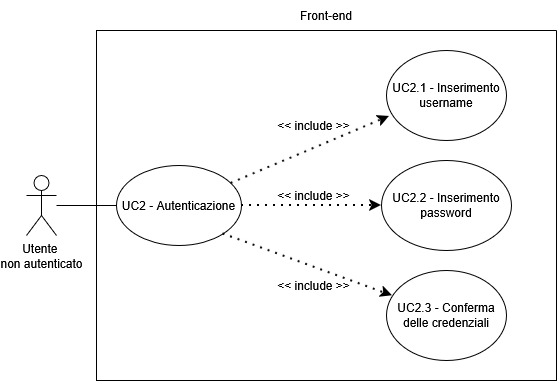
SkarabGroup/DocumentazioneProgetto keeps this draw.io diagram as assets/diagrams/UC2.png. Above is the earlier version. Source tidied: cells renumbered, new cells last; positions are measured from the earlier drawing's top-left corner, leaving out a move shared by most shapes.
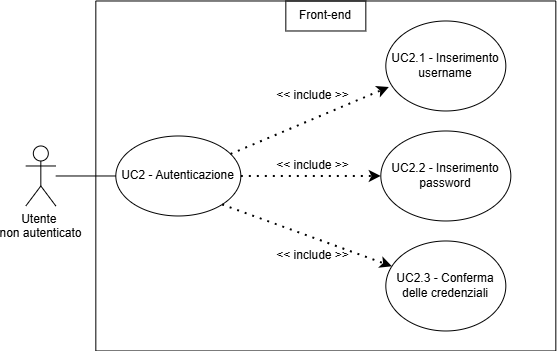
Above is the later version.

The edit, as a diff of the source:
```diff
@@ -5,44 +5,44 @@
     <mxCell id="2" value="&lt;div&gt;Utente&amp;nbsp;&lt;/div&gt;&lt;div&gt;non autenticato&lt;/div&gt;" style="shape=umlActor;verticalLabelPosition=bottom;verticalAlign=top;html=1;outlineConnect=0;" parent="1" vertex="1">
       <mxGeometry y="175" width="30" height="60" as="geometry" />
     </mxCell>
-    <mxCell id="3" style="swimlane;startSize=0;" parent="1" vertex="1">
-      <mxGeometry x="70" y="30" width="460" height="350" as="geometry" />
-    </mxCell>
+    <mxCell id="16" style="swimlane;startSize=0;" parent="1" vertex="1">
+      <mxGeometry x="70" y="30" width="460" height="350" as="geometry" />
+    </mxCell>
-    <mxCell id="4" value="&lt;div&gt;UC2 - Autenticazione&lt;/div&gt;" style="ellipse;whiteSpace=wrap;html=1;" parent="3" vertex="1">
+    <mxCell id="4" value="&lt;div&gt;UC2 - Autenticazione&lt;/div&gt;" style="ellipse;whiteSpace=wrap;html=1;" parent="16" vertex="1">
       <mxGeometry x="20" y="135" width="125" height="80" as="geometry" />
     </mxCell>
-    <mxCell id="5" value="UC2.1 - Inserimento username" style="ellipse;whiteSpace=wrap;html=1;" parent="3" vertex="1">
+    <mxCell id="5" value="UC2.1 - Inserimento username" style="ellipse;whiteSpace=wrap;html=1;" parent="16" vertex="1">
       <mxGeometry x="290" y="20" width="120" height="90" as="geometry" />
     </mxCell>
-    <mxCell id="6" style="endArrow=classic;dashed=1;html=1;dashPattern=1 3;strokeWidth=2;rounded=0;entryX=0.025;entryY=0.733;entryDx=0;entryDy=0;strokeColor=default;curved=0;endFill=1;endSize=6;entryPerimeter=0;" parent="3" edge="1" source="4" target="5">
+    <mxCell id="6" style="endArrow=classic;dashed=1;html=1;dashPattern=1 3;strokeWidth=2;rounded=0;entryX=0.025;entryY=0.733;entryDx=0;entryDy=0;strokeColor=default;curved=0;endFill=1;endSize=6;entryPerimeter=0;" parent="16" edge="1" source="4" target="5">
       <mxGeometry relative="1" as="geometry" />
     </mxCell>
-    <mxCell id="7" value="&amp;lt;&amp;lt; include &amp;gt;&amp;gt;" style="text;html=1;whiteSpace=wrap;strokeColor=none;fillColor=none;align=center;verticalAlign=middle;rounded=0;" parent="3" vertex="1">
+    <mxCell id="7" value="&amp;lt;&amp;lt; include &amp;gt;&amp;gt;" style="text;html=1;whiteSpace=wrap;strokeColor=none;fillColor=none;align=center;verticalAlign=middle;rounded=0;" parent="16" vertex="1">
       <mxGeometry x="170" y="150" width="95" height="30" as="geometry" />
     </mxCell>
-    <mxCell id="8" value="UC2.2 - Inserimento password" style="ellipse;whiteSpace=wrap;html=1;" parent="3" vertex="1">
+    <mxCell id="8" value="UC2.2 - Inserimento password" style="ellipse;whiteSpace=wrap;html=1;" parent="16" vertex="1">
       <mxGeometry x="285" y="130" width="130" height="90" as="geometry" />
     </mxCell>
-    <mxCell id="9" style="endArrow=classic;dashed=1;html=1;dashPattern=1 3;strokeWidth=2;rounded=0;entryX=0;entryY=0.5;entryDx=0;entryDy=0;exitX=1;exitY=0.5;exitDx=0;exitDy=0;strokeColor=default;curved=0;endFill=1;endSize=6;" parent="3" edge="1" source="4" target="8">
+    <mxCell id="9" style="endArrow=classic;dashed=1;html=1;dashPattern=1 3;strokeWidth=2;rounded=0;entryX=0;entryY=0.5;entryDx=0;entryDy=0;exitX=1;exitY=0.5;exitDx=0;exitDy=0;strokeColor=default;curved=0;endFill=1;endSize=6;" parent="16" edge="1" source="4" target="8">
       <mxGeometry relative="1" as="geometry" />
     </mxCell>
-    <mxCell id="10" value="&amp;lt;&amp;lt; include &amp;gt;&amp;gt;" style="text;html=1;whiteSpace=wrap;strokeColor=none;fillColor=none;align=center;verticalAlign=middle;rounded=0;" parent="3" vertex="1">
+    <mxCell id="10" value="&amp;lt;&amp;lt; include &amp;gt;&amp;gt;" style="text;html=1;whiteSpace=wrap;strokeColor=none;fillColor=none;align=center;verticalAlign=middle;rounded=0;" parent="16" vertex="1">
       <mxGeometry x="170" y="80" width="95" height="30" as="geometry" />
     </mxCell>
-    <mxCell id="11" value="UC2.3 - Conferma delle credenziali" style="ellipse;whiteSpace=wrap;html=1;" parent="3" vertex="1">
+    <mxCell id="11" value="UC2.3 - Conferma delle credenziali" style="ellipse;whiteSpace=wrap;html=1;" parent="16" vertex="1">
       <mxGeometry x="290" y="240" width="120" height="90" as="geometry" />
     </mxCell>
-    <mxCell id="12" style="endArrow=classic;dashed=1;html=1;dashPattern=1 3;strokeWidth=2;rounded=0;strokeColor=default;curved=0;endFill=1;endSize=6;exitX=1;exitY=1;exitDx=0;exitDy=0;" parent="3" edge="1" source="4" target="11">
+    <mxCell id="12" style="endArrow=classic;dashed=1;html=1;dashPattern=1 3;strokeWidth=2;rounded=0;strokeColor=default;curved=0;endFill=1;endSize=6;exitX=1;exitY=1;exitDx=0;exitDy=0;" parent="16" edge="1" source="4" target="11">
       <mxGeometry relative="1" as="geometry" />
     </mxCell>
-    <mxCell id="13" value="&amp;lt;&amp;lt; include &amp;gt;&amp;gt;" style="text;html=1;whiteSpace=wrap;strokeColor=none;fillColor=none;align=center;verticalAlign=middle;rounded=0;" parent="3" vertex="1">
+    <mxCell id="13" value="&amp;lt;&amp;lt; include &amp;gt;&amp;gt;" style="text;html=1;whiteSpace=wrap;strokeColor=none;fillColor=none;align=center;verticalAlign=middle;rounded=0;" parent="16" vertex="1">
       <mxGeometry x="170" y="240" width="95" height="30" as="geometry" />
     </mxCell>
+    <mxCell id="15" value="Front-end" style="text;html=1;whiteSpace=wrap;strokeColor=default;fillColor=none;align=center;verticalAlign=middle;rounded=0;perimeterSpacing=1;" parent="16" vertex="1">
+      <mxGeometry x="190" width="80" height="30" as="geometry" />
+    </mxCell>
     <mxCell id="14" style="endArrow=none;html=1;rounded=0;entryX=0;entryY=0.5;entryDx=0;entryDy=0;" parent="1" edge="1" source="2" target="4">
       <mxGeometry relative="1" as="geometry" />
     </mxCell>
-    <mxCell id="15" value="Front-end" style="text;html=1;whiteSpace=wrap;strokeColor=none;fillColor=none;align=center;verticalAlign=middle;rounded=0;" parent="1" vertex="1">
-      <mxGeometry x="260" width="80" height="30" as="geometry" />
-    </mxCell>
   </root>
 </mxGraphModel>
```
